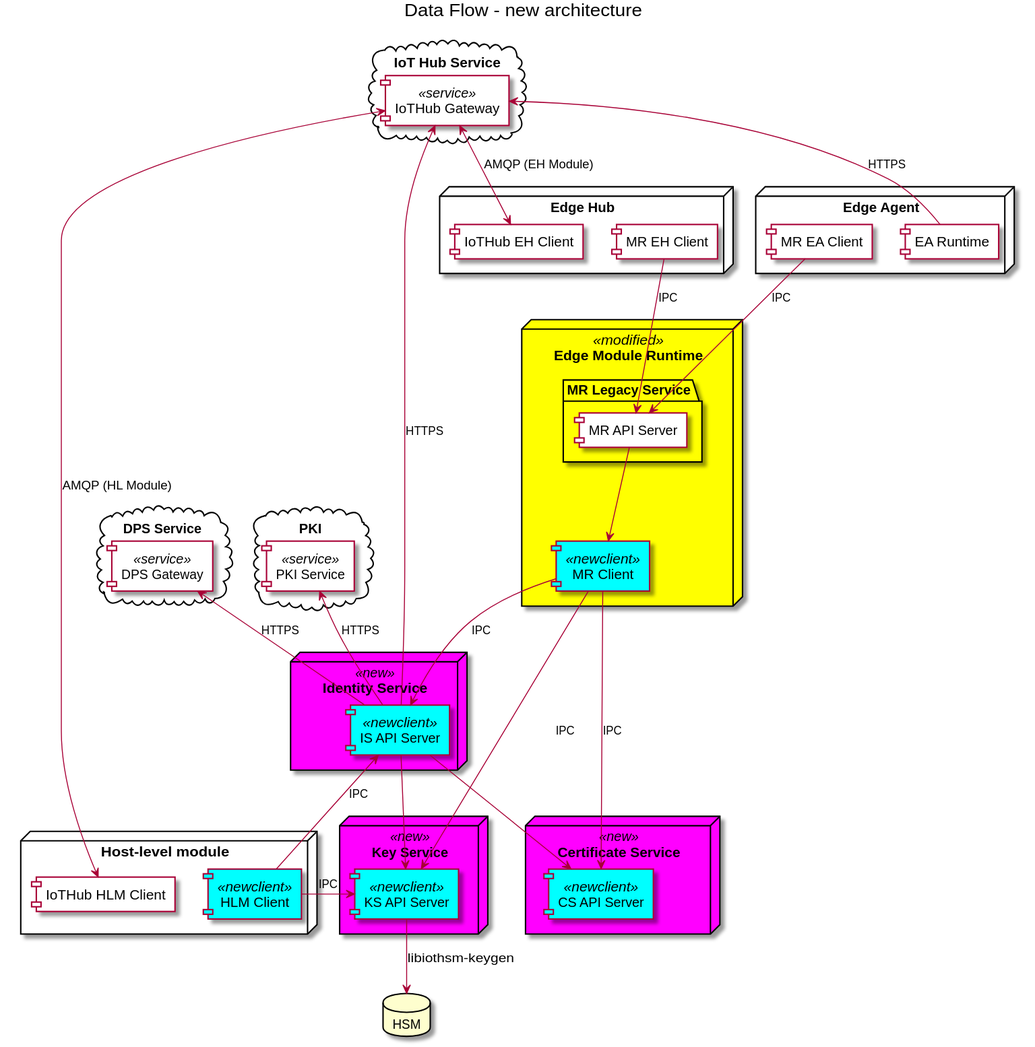
This is docs/img/new-component-overview-simple.svg from Azure/iot-identity-service, a PlantUML export, as it was before one commit.
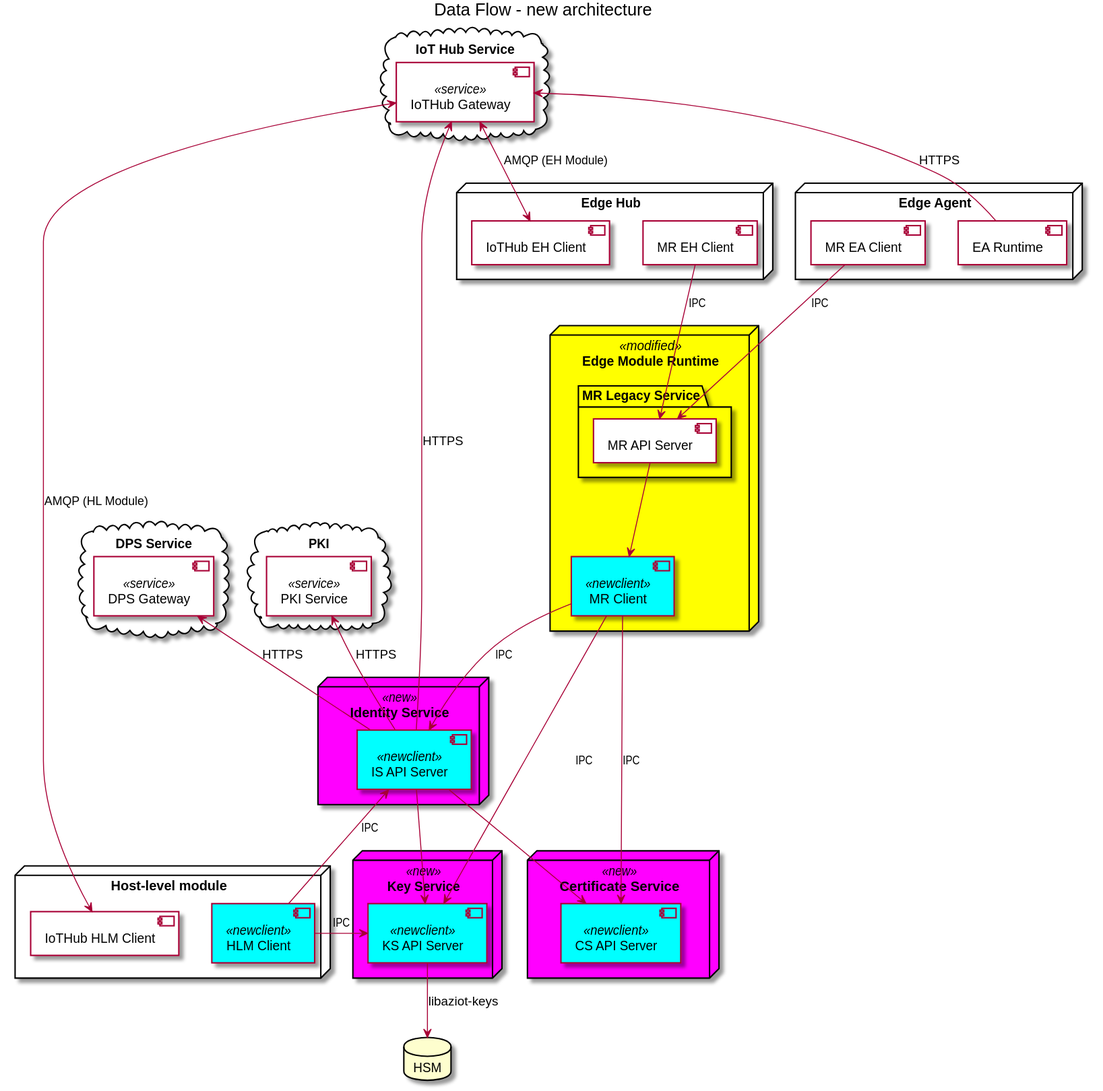
The same file after the commit.

Change to the diagram source:
```diff
@@ -58,7 +58,7 @@
 [MR API Server] --> [MR Client]
 [IS API Server] -down-> [KS API Server]
 [IS API Server] -down-> [CS API Server]
-[KS API Server] -down-> HSM : libiothsm-keygen
+[KS API Server] -down-> HSM : libaziot-keys
 
 [IS API Server] -up-> [IoTHub Gateway] : HTTPS
 [IS API Server] -up-> [DPS Gateway] : HTTPS
```
